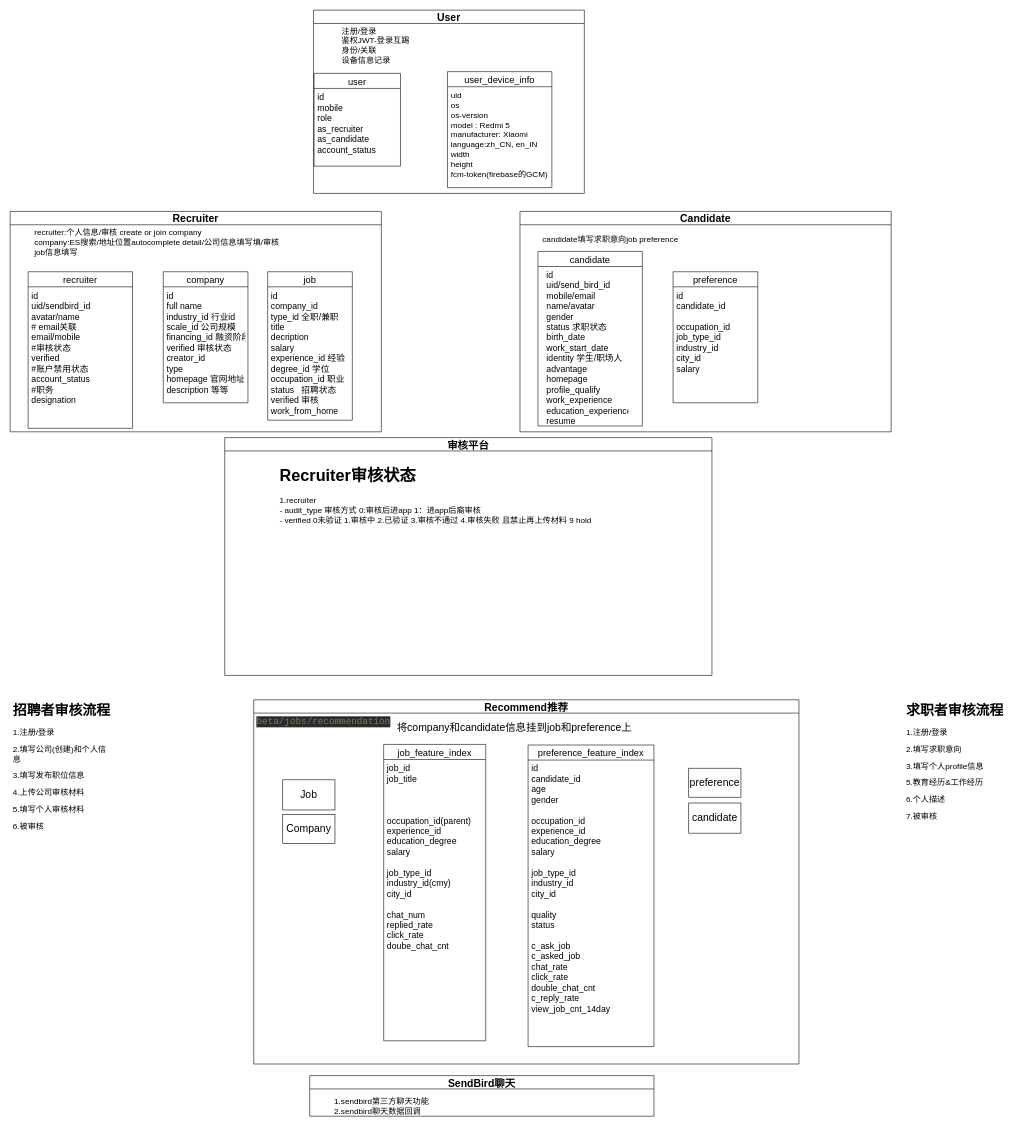
Above: hirect业务架构.drawio in ZhaoDaMing/note (draw.io), before the change. Source tidied: cells renumbered, new cells numbered last; positions are measured from the earlier drawing's top-left corner, leaving out a move shared by most shapes. Both pictures are drawn from the tidied source at 58%, with x=0, y=0 at pixel (10, 10).
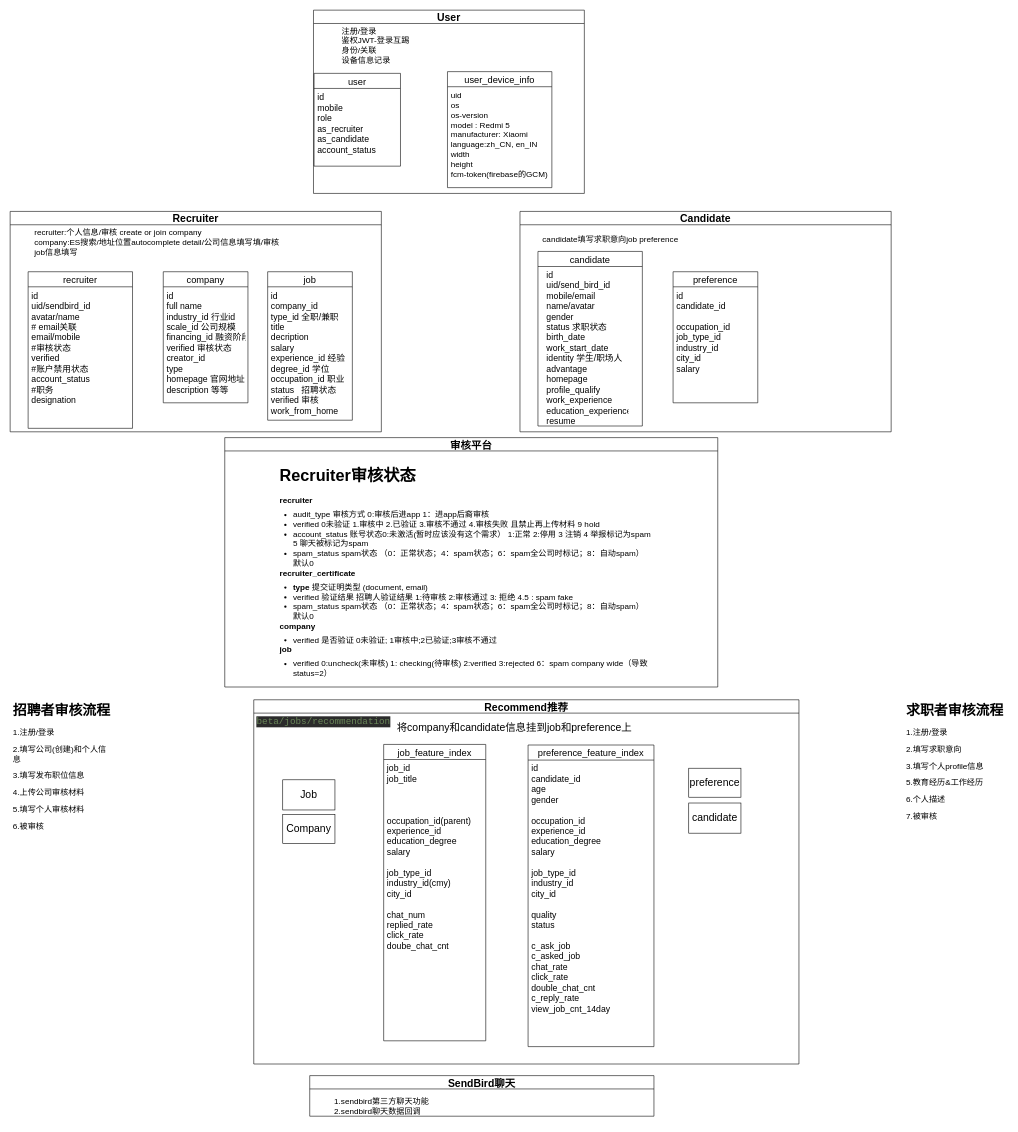
After the change.

What changed in the source:
```diff
@@
     <mxCell id="21" value="审核平台" style="swimlane;fontSize=18;" parent="1" vertex="1">
-      <mxGeometry x="370" y="737" width="840" height="410" as="geometry" />
+      <mxGeometry x="370" y="737" width="850" height="430" as="geometry" />
     </mxCell>
-    <mxCell id="22" value="&lt;h1&gt;Recruiter审核状态&lt;/h1&gt;&lt;div&gt;1.recruiter&lt;/div&gt;&lt;div&gt;- audit_type 审核方式 0:审核后进app 1：进app后裔审核&lt;span&gt;&amp;nbsp;&lt;/span&gt;&lt;/div&gt;- verified&amp;nbsp;0未验证 1.审核中 2.已验证 3.审核不通过 4.审核失败 且禁止再上传材料 9 hold&lt;br&gt;" style="text;html=1;strokeColor=none;fillColor=none;spacing=5;spacingTop=-20;whiteSpace=wrap;overflow=hidden;rounded=0;fontSize=14;" parent="21" vertex="1">
-      <mxGeometry x="90" y="40" width="640" height="360" as="geometry" />
+    <mxCell id="22" value="&lt;h1&gt;Recruiter审核状态&lt;/h1&gt;&lt;div&gt;&lt;div class=&quot;lake-content&quot;&gt;&lt;p id=&quot;u86764a69&quot; class=&quot;ne-p&quot; style=&quot;margin: 0 ; padding: 0 ; min-height: 24px&quot;&gt;&lt;strong&gt;recruiter&lt;/strong&gt;&lt;/p&gt;&lt;ul class=&quot;ne-ul&quot; style=&quot;margin: 0 ; padding-left: 23px&quot;&gt;&lt;li id=&quot;u43081e83&quot;&gt;&lt;span class=&quot;ne-text&quot;&gt;audit_type 审核方式 0:审核后进app 1：进app后裔审核&lt;/span&gt;&lt;/li&gt;&lt;li id=&quot;u1d0710c8&quot;&gt;&lt;span class=&quot;ne-text&quot;&gt;verified 0未验证 1.审核中 2.已验证 3.审核不通过 4.审核失败 且禁止再上传材料 9 hold&lt;/span&gt;&lt;/li&gt;&lt;/ul&gt;&lt;ul class=&quot;ne-ul&quot; style=&quot;margin: 0 ; padding-left: 23px&quot;&gt;&lt;li id=&quot;uaf5433d3&quot;&gt;&lt;span class=&quot;ne-text&quot;&gt;account_status 账号状态0:未激活(暂时应该没有这个需求） 1:正常  2:停用 3 注销 4 举报标记为spam 5 聊天被标记为spam&lt;/span&gt;&lt;/li&gt;&lt;li id=&quot;u8508ee2e&quot;&gt;&lt;span class=&quot;ne-text&quot;&gt;spam_status spam状态 （0：正常状态；4：spam状态；6：spam全公司时标记；8：自动spam）默认0&lt;/span&gt;&lt;/li&gt;&lt;/ul&gt;&lt;div&gt;&lt;div class=&quot;lake-content&quot;&gt;&lt;p id=&quot;u943c1677&quot; class=&quot;ne-p&quot; style=&quot;margin: 0 ; padding: 0 ; min-height: 24px&quot;&gt;&lt;strong&gt;recruiter_certificate&lt;/strong&gt;&lt;/p&gt;&lt;ul class=&quot;ne-ul&quot; style=&quot;margin: 0 ; padding-left: 23px&quot;&gt;&lt;li id=&quot;u95b352c5&quot;&gt;&lt;strong&gt;type  &lt;/strong&gt;&lt;span class=&quot;ne-text&quot;&gt;提交证明类型 (document, email)&lt;/span&gt;&lt;/li&gt;&lt;li id=&quot;u6d7dac30&quot;&gt;&lt;span class=&quot;ne-text&quot;&gt;verified  验证结果 招聘人验证结果 1:待审核 2:审核通过 3: 拒绝 4.5 : spam fake &lt;/span&gt;&lt;/li&gt;&lt;/ul&gt;&lt;ul class=&quot;ne-ul&quot; style=&quot;margin: 0 ; padding-left: 23px&quot;&gt;&lt;li id=&quot;u9d374548&quot;&gt;&lt;span class=&quot;ne-text&quot;&gt;spam_status  spam状态 （0：正常状态；4：spam状态；6：spam全公司时标记；8：自动spam）默认0&lt;/span&gt;&lt;/li&gt;&lt;/ul&gt;&lt;div&gt;&lt;div class=&quot;lake-content&quot;&gt;&lt;p id=&quot;ub0929de0&quot; class=&quot;ne-p&quot; style=&quot;margin: 0 ; padding: 0 ; min-height: 24px&quot;&gt;&lt;strong&gt;company&lt;/strong&gt;&lt;/p&gt;&lt;ul class=&quot;ne-ul&quot; style=&quot;margin: 0 ; padding-left: 23px&quot;&gt;&lt;li id=&quot;u53eafcea&quot;&gt;&lt;span class=&quot;ne-text&quot;&gt;verified &lt;/span&gt;&lt;span class=&quot;ne-text&quot;&gt;是否验证 0未验证; 1审核中;2已验证;3审核不通过&lt;/span&gt;&lt;/li&gt;&lt;/ul&gt;&lt;div&gt;&lt;div class=&quot;lake-content&quot;&gt;&lt;p id=&quot;u383c261c&quot; class=&quot;ne-p&quot; style=&quot;margin: 0 ; padding: 0 ; min-height: 24px&quot;&gt;&lt;strong&gt;job&lt;/strong&gt;&lt;/p&gt;&lt;ul class=&quot;ne-ul&quot; style=&quot;margin: 0 ; padding-left: 23px&quot;&gt;&lt;li id=&quot;u9ca1d47d&quot;&gt;&lt;span class=&quot;ne-text&quot;&gt;verified 0:uncheck(未审核)  1: checking(待审核)  2:verified 3:rejected   6：spam company wide（导致status=2）&lt;/span&gt;&lt;/li&gt;&lt;/ul&gt;&lt;/div&gt;&lt;/div&gt;&lt;/div&gt;&lt;/div&gt;&lt;/div&gt;&lt;/div&gt;&lt;/div&gt;&lt;/div&gt;" style="text;html=1;strokeColor=none;fillColor=none;spacing=5;spacingTop=-20;whiteSpace=wrap;overflow=hidden;rounded=0;fontSize=14;" parent="21" vertex="1">
+      <mxGeometry x="90" y="40" width="650" height="380" as="geometry" />
     </mxCell>
```
